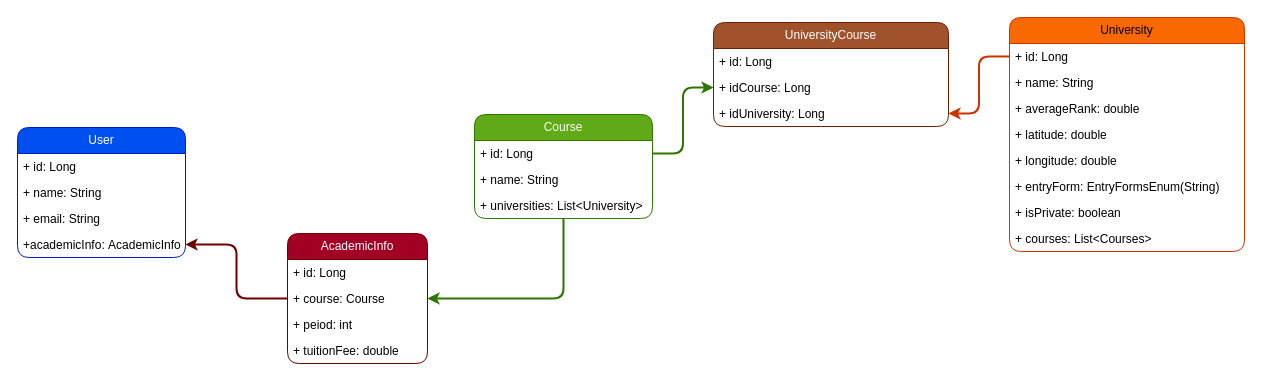
Earlier version of the draw.io diagram EntityDiagram.drawio (RayCoWYDEN/rayco-docs). Source tidied: cells renumbered, new cells numbered last; positions are measured from the earlier drawing's top-left corner, leaving out a move shared by most shapes. Both pictures are drawn from the tidied source at 100%, with x=0, y=0 at pixel (17, 17).
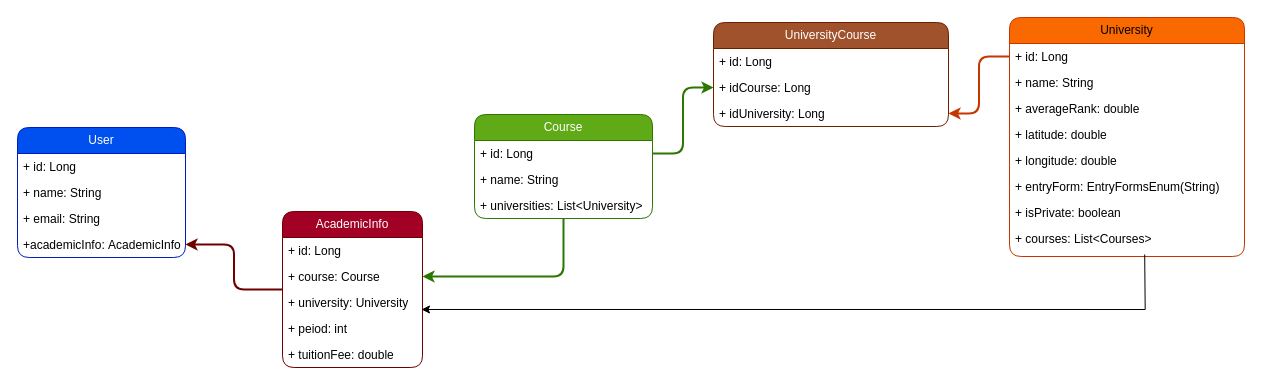
Above is the later version.

Diff of the diagram source:
```diff
@@
     <mxCell id="8" value="AcademicInfo" style="swimlane;fontStyle=0;horizontal=1;startSize=26;fillColor=#a20025;whiteSpace=wrap;html=1;rounded=1;fontColor=#ffffff;strokeColor=#6F0000;" parent="1" vertex="1">
-      <mxGeometry x="270" y="216" width="140" height="130" as="geometry" />
+      <mxGeometry x="265" y="194" width="140" height="156" as="geometry" />
     </mxCell>
@@
+    <mxCell id="33" value="+ university: University" style="text;strokeColor=none;fillColor=none;align=left;verticalAlign=top;spacingLeft=4;spacingRight=4;overflow=hidden;points=[[0,0.5],[1,0.5]];portConstraint=eastwest;whiteSpace=wrap;html=1;rounded=1;" parent="8" vertex="1">
+      <mxGeometry y="78" width="140" height="26" as="geometry" />
+    </mxCell>
     <mxCell id="11" value="+ peiod: int" style="text;strokeColor=none;fillColor=none;align=left;verticalAlign=top;spacingLeft=4;spacingRight=4;overflow=hidden;whiteSpace=wrap;html=1;rounded=1;" parent="8" vertex="1">
-      <mxGeometry y="78" width="140" height="26" as="geometry" />
+      <mxGeometry y="104" width="140" height="26" as="geometry" />
     </mxCell>
     <mxCell id="12" value="+ tuitionFee: double" style="text;strokeColor=none;fillColor=none;align=left;verticalAlign=top;spacingLeft=4;spacingRight=4;overflow=hidden;whiteSpace=wrap;html=1;rounded=1;" parent="8" vertex="1">
-      <mxGeometry y="104" width="140" height="26" as="geometry" />
+      <mxGeometry y="130" width="140" height="26" as="geometry" />
     </mxCell>
@@
     <mxCell id="18" value="University" style="swimlane;fontStyle=0;horizontal=1;startSize=26;fillColor=#fa6800;whiteSpace=wrap;html=1;rounded=1;strokeColor=#C73500;fontColor=#000000;" parent="1" vertex="1">
-      <mxGeometry x="992" width="235" height="234" as="geometry" />
+      <mxGeometry x="992" width="235" height="239" as="geometry" />
     </mxCell>
@@
     <mxCell id="26" value="+ courses: List&amp;lt;Courses&amp;gt;" style="text;strokeColor=none;fillColor=none;align=left;verticalAlign=top;spacingLeft=4;spacingRight=4;overflow=hidden;whiteSpace=wrap;html=1;rounded=1;" parent="18" vertex="1">
-      <mxGeometry y="208" width="235" height="26" as="geometry" />
+      <mxGeometry y="208" width="235" height="31" as="geometry" />
     </mxCell>
@@
+    <mxCell id="34" style="edgeStyle=orthogonalEdgeStyle;rounded=0;jettySize=auto;html=1;entryX=0.993;entryY=0.769;entryDx=0;entryDy=0;entryPerimeter=0;strokeColor=light-dark(#000000,#FA6800);" parent="1" edge="1" target="33">
+      <mxGeometry relative="1" as="geometry">
+        <mxPoint x="1127.2" y="237" as="sourcePoint" />
+      </mxGeometry>
+    </mxCell>
```
